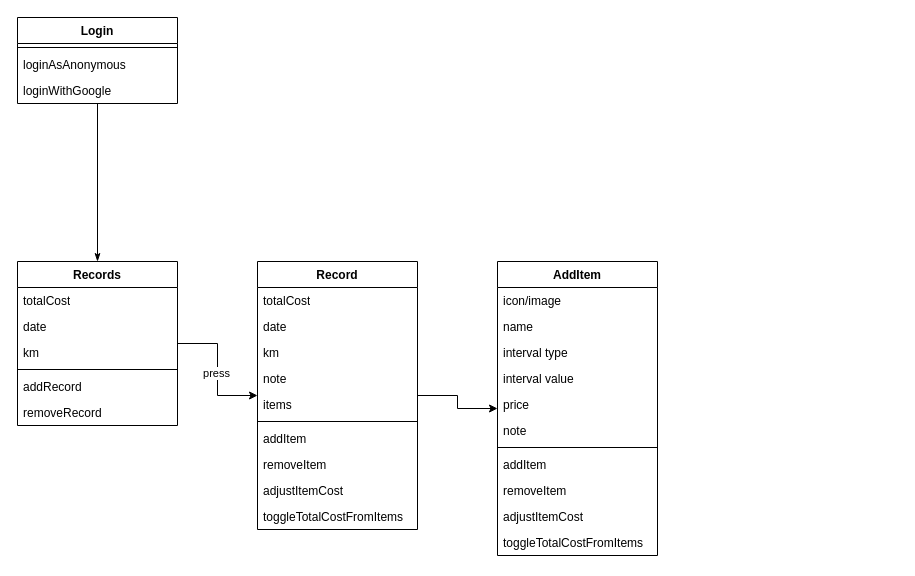
This is Untitled Diagram.drawio from annguyenwasd/diagrams, a draw.io file, before an edit. Source tidied: cells renumbered, new cells numbered last; positions are measured from the earlier drawing's top-left corner, leaving out a move shared by most shapes. Both pictures are drawn from the tidied source at 100%, with x=0, y=0 at pixel (17, 17).
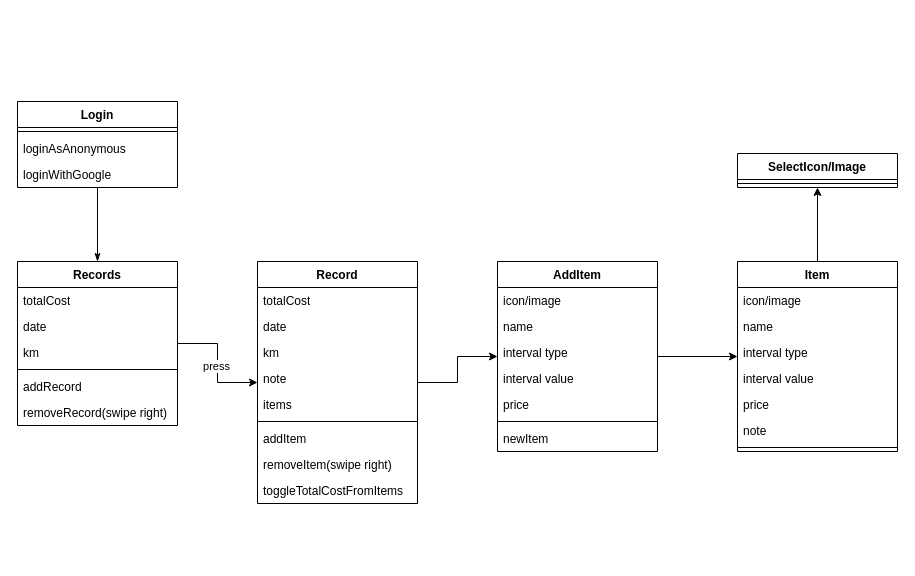
The same diagram, later.

The change refers to these unchanged cells:
```xml
<mxCell id="5" value="Records" style="swimlane;fontStyle=1;align=center;verticalAlign=top;horizontal=1;startSize=26;whiteSpace=wrap;html=1;" parent="1" vertex="1">
  <mxGeometry y="244" width="160" height="164" as="geometry" />
</mxCell>
```

What changed in the source:
```diff
@@
-    <mxCell id="11" value="removeRecord" style="text;strokeColor=none;fillColor=none;align=left;verticalAlign=top;spacingLeft=4;spacingRight=4;overflow=hidden;whiteSpace=wrap;html=1;" parent="5" vertex="1">
+    <mxCell id="11" value="removeRecord(swipe right)" style="text;strokeColor=none;fillColor=none;align=left;verticalAlign=top;spacingLeft=4;spacingRight=4;overflow=hidden;whiteSpace=wrap;html=1;" parent="5" vertex="1">
       <mxGeometry y="138" width="160" height="26" as="geometry" />
     </mxCell>
@@
     <mxCell id="13" value="Record" style="swimlane;fontStyle=1;align=center;verticalAlign=top;horizontal=1;startSize=26;whiteSpace=wrap;html=1;" parent="1" vertex="1">
-      <mxGeometry x="240" y="244" width="160" height="268" as="geometry" />
+      <mxGeometry x="240" y="244" width="160" height="242" as="geometry" />
     </mxCell>
@@
-    <mxCell id="21" value="removeItem" style="text;strokeColor=none;fillColor=none;align=left;verticalAlign=top;spacingLeft=4;spacingRight=4;overflow=hidden;whiteSpace=wrap;html=1;" parent="13" vertex="1">
+    <mxCell id="21" value="removeItem(swipe right)" style="text;strokeColor=none;fillColor=none;align=left;verticalAlign=top;spacingLeft=4;spacingRight=4;overflow=hidden;whiteSpace=wrap;html=1;" parent="13" vertex="1">
       <mxGeometry y="190" width="160" height="26" as="geometry" />
     </mxCell>
-    <mxCell id="22" value="adjustItemCost" style="text;strokeColor=none;fillColor=none;align=left;verticalAlign=top;spacingLeft=4;spacingRight=4;overflow=hidden;whiteSpace=wrap;html=1;" parent="13" vertex="1">
-      <mxGeometry y="216" width="160" height="26" as="geometry" />
-    </mxCell>
     <mxCell id="23" value="toggleTotalCostFromItems" style="text;strokeColor=none;fillColor=none;align=left;verticalAlign=top;spacingLeft=4;spacingRight=4;overflow=hidden;whiteSpace=wrap;html=1;" parent="13" vertex="1">
-      <mxGeometry y="242" width="160" height="26" as="geometry" />
+      <mxGeometry y="216" width="160" height="26" as="geometry" />
     </mxCell>
     <mxCell id="24" value="Login" style="swimlane;fontStyle=1;align=center;verticalAlign=top;horizontal=1;startSize=26;whiteSpace=wrap;html=1;" parent="1" vertex="1">
-      <mxGeometry width="160" height="86" as="geometry" />
+      <mxGeometry y="84" width="160" height="86" as="geometry" />
     </mxCell>
@@
+    <mxCell id="40" style="edgeStyle=orthogonalEdgeStyle;rounded=0;jettySize=auto;html=1;" parent="1" edge="1" source="28" target="42">
+      <mxGeometry relative="1" as="geometry" />
+    </mxCell>
     <mxCell id="28" value="AddItem" style="swimlane;fontStyle=1;align=center;verticalAlign=top;horizontal=1;startSize=26;whiteSpace=wrap;html=1;" parent="1" vertex="1">
-      <mxGeometry x="480" y="244" width="160" height="294" as="geometry" />
+      <mxGeometry x="480" y="244" width="160" height="190" as="geometry" />
     </mxCell>
@@
-    <mxCell id="34" value="note" style="text;strokeColor=none;fillColor=none;align=left;verticalAlign=top;spacingLeft=4;spacingRight=4;overflow=hidden;whiteSpace=wrap;html=1;" parent="28" vertex="1">
-      <mxGeometry y="156" width="160" height="26" as="geometry" />
-    </mxCell>
     <mxCell id="35" style="line;strokeWidth=1;fillColor=none;align=left;verticalAlign=middle;spacingTop=-1;spacingLeft=3;spacingRight=3;labelPosition=right;strokeColor=inherit;" parent="28" vertex="1">
-      <mxGeometry y="182" width="160" height="8" as="geometry" />
+      <mxGeometry y="156" width="160" height="8" as="geometry" />
     </mxCell>
-    <mxCell id="36" value="addItem" style="text;strokeColor=none;fillColor=none;align=left;verticalAlign=top;spacingLeft=4;spacingRight=4;overflow=hidden;whiteSpace=wrap;html=1;" parent="28" vertex="1">
-      <mxGeometry y="190" width="160" height="26" as="geometry" />
+    <mxCell id="36" value="newItem" style="text;strokeColor=none;fillColor=none;align=left;verticalAlign=top;spacingLeft=4;spacingRight=4;overflow=hidden;whiteSpace=wrap;html=1;" parent="28" vertex="1">
+      <mxGeometry y="164" width="160" height="26" as="geometry" />
     </mxCell>
-    <mxCell id="37" value="removeItem" style="text;strokeColor=none;fillColor=none;align=left;verticalAlign=top;spacingLeft=4;spacingRight=4;overflow=hidden;whiteSpace=wrap;html=1;" parent="28" vertex="1">
-      <mxGeometry y="216" width="160" height="26" as="geometry" />
-    </mxCell>
-    <mxCell id="38" value="adjustItemCost" style="text;strokeColor=none;fillColor=none;align=left;verticalAlign=top;spacingLeft=4;spacingRight=4;overflow=hidden;whiteSpace=wrap;html=1;" parent="28" vertex="1">
-      <mxGeometry y="242" width="160" height="26" as="geometry" />
-    </mxCell>
-    <mxCell id="39" value="toggleTotalCostFromItems" style="text;strokeColor=none;fillColor=none;align=left;verticalAlign=top;spacingLeft=4;spacingRight=4;overflow=hidden;whiteSpace=wrap;html=1;" parent="28" vertex="1">
-      <mxGeometry y="268" width="160" height="26" as="geometry" />
-    </mxCell>
+    <mxCell id="41" style="edgeStyle=orthogonalEdgeStyle;rounded=0;jettySize=auto;html=1;" parent="1" edge="1" source="42" target="49">
+      <mxGeometry relative="1" as="geometry" />
+    </mxCell>
+    <mxCell id="42" value="Item" style="swimlane;fontStyle=1;align=center;verticalAlign=top;horizontal=1;startSize=26;whiteSpace=wrap;html=1;" parent="1" vertex="1">
+      <mxGeometry x="720" y="244" width="160" height="190" as="geometry" />
+    </mxCell>
+    <mxCell id="43" value="icon/image" style="text;strokeColor=none;fillColor=none;align=left;verticalAlign=top;spacingLeft=4;spacingRight=4;overflow=hidden;whiteSpace=wrap;html=1;" parent="42" vertex="1">
+      <mxGeometry y="26" width="160" height="26" as="geometry" />
+    </mxCell>
+    <mxCell id="44" value="name" style="text;strokeColor=none;fillColor=none;align=left;verticalAlign=top;spacingLeft=4;spacingRight=4;overflow=hidden;whiteSpace=wrap;html=1;" parent="42" vertex="1">
+      <mxGeometry y="52" width="160" height="26" as="geometry" />
+    </mxCell>
+    <mxCell id="45" value="interval type" style="text;strokeColor=none;fillColor=none;align=left;verticalAlign=top;spacingLeft=4;spacingRight=4;overflow=hidden;whiteSpace=wrap;html=1;" parent="42" vertex="1">
+      <mxGeometry y="78" width="160" height="26" as="geometry" />
+    </mxCell>
+    <mxCell id="46" value="interval value" style="text;strokeColor=none;fillColor=none;align=left;verticalAlign=top;spacingLeft=4;spacingRight=4;overflow=hidden;whiteSpace=wrap;html=1;" parent="42" vertex="1">
+      <mxGeometry y="104" width="160" height="26" as="geometry" />
+    </mxCell>
+    <mxCell id="47" value="price" style="text;strokeColor=none;fillColor=none;align=left;verticalAlign=top;spacingLeft=4;spacingRight=4;overflow=hidden;whiteSpace=wrap;html=1;" parent="42" vertex="1">
+      <mxGeometry y="130" width="160" height="26" as="geometry" />
+    </mxCell>
+    <mxCell id="34" value="note" style="text;strokeColor=none;fillColor=none;align=left;verticalAlign=top;spacingLeft=4;spacingRight=4;overflow=hidden;whiteSpace=wrap;html=1;" parent="42" vertex="1">
+      <mxGeometry y="156" width="160" height="26" as="geometry" />
+    </mxCell>
+    <mxCell id="48" style="line;strokeWidth=1;fillColor=none;align=left;verticalAlign=middle;spacingTop=-1;spacingLeft=3;spacingRight=3;labelPosition=right;strokeColor=inherit;" parent="42" vertex="1">
+      <mxGeometry y="182" width="160" height="8" as="geometry" />
+    </mxCell>
+    <mxCell id="49" value="SelectIcon/Image" style="swimlane;fontStyle=1;align=center;verticalAlign=top;horizontal=1;startSize=26;whiteSpace=wrap;html=1;" parent="1" vertex="1">
+      <mxGeometry x="720" y="136" width="160" height="34" as="geometry" />
+    </mxCell>
+    <mxCell id="50" style="line;strokeWidth=1;fillColor=none;align=left;verticalAlign=middle;spacingTop=-1;spacingLeft=3;spacingRight=3;labelPosition=right;strokeColor=inherit;" parent="49" vertex="1">
+      <mxGeometry y="26" width="160" height="8" as="geometry" />
+    </mxCell>
```
